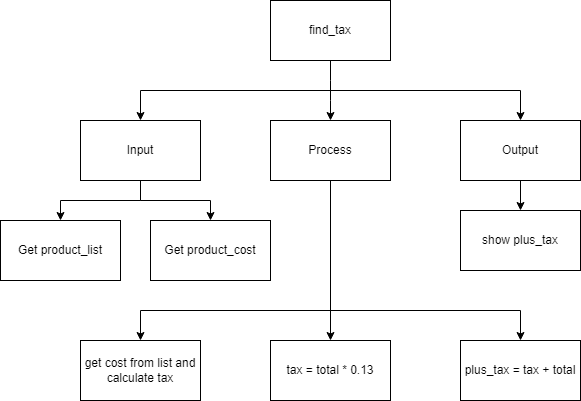
Peter-Gemmell/ICS3U-Assignment-7-Python keeps this draw.io diagram as Draw.io/topdown.png. Above is the earlier version. Source tidied: cells renumbered, new cells last; positions are measured from the earlier drawing's top-left corner, leaving out a move shared by most shapes.
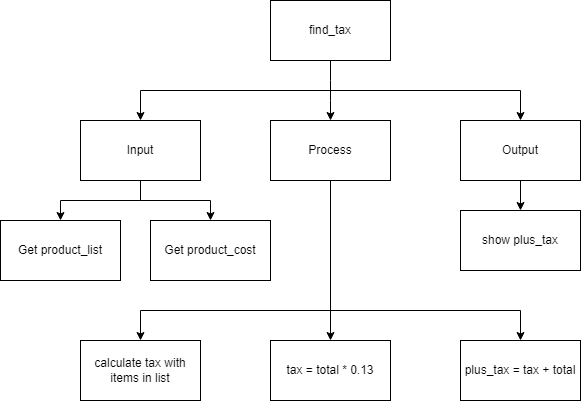
Later version of the same file.

The edit, as a diff of the source:
```diff
@@ -84,7 +84,7 @@
     <mxCell id="17" value="tax = total * 0.13" style="rounded=0;whiteSpace=wrap;html=1;" parent="1" vertex="1">
       <mxGeometry x="270" y="340" width="120" height="60" as="geometry" />
     </mxCell>
-    <mxCell id="18" value="get cost from list and calculate tax" style="rounded=0;whiteSpace=wrap;html=1;" parent="1" vertex="1">
+    <mxCell id="18" value="calculate tax with items in list" style="rounded=0;whiteSpace=wrap;html=1;" parent="1" vertex="1">
       <mxGeometry x="80" y="340" width="120" height="60" as="geometry" />
     </mxCell>
     <mxCell id="19" value="plus_tax = tax + total" style="rounded=0;whiteSpace=wrap;html=1;" parent="1" vertex="1">
```
